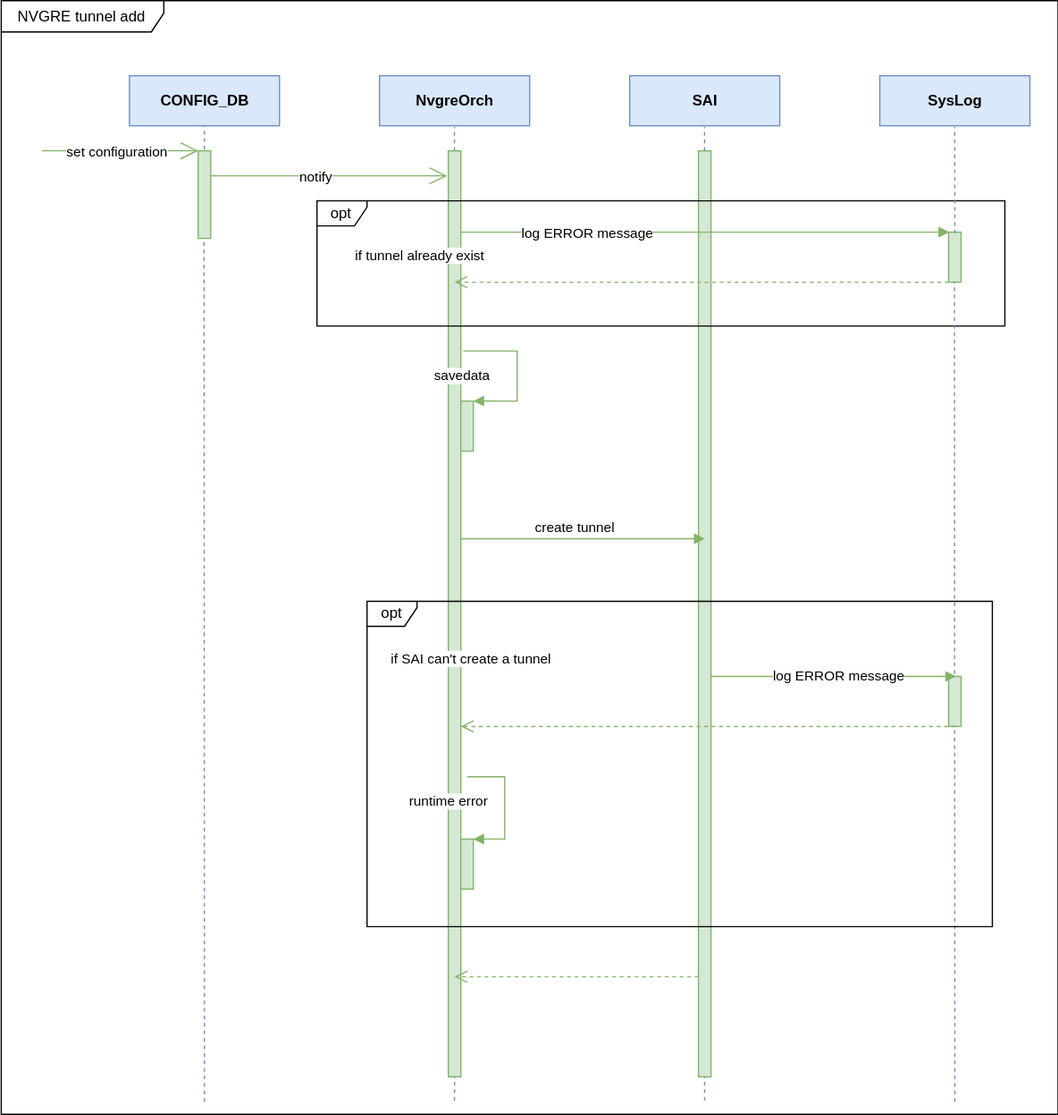
The draw.io diagram doc/nvgre_tunnel/images/nvgre_tunnel_create_uml.svg in sonic-net/SONiC, before a commit. Source tidied: cells renumbered, new cells last; positions are measured from the earlier drawing's top-left corner, leaving out a move shared by most shapes.
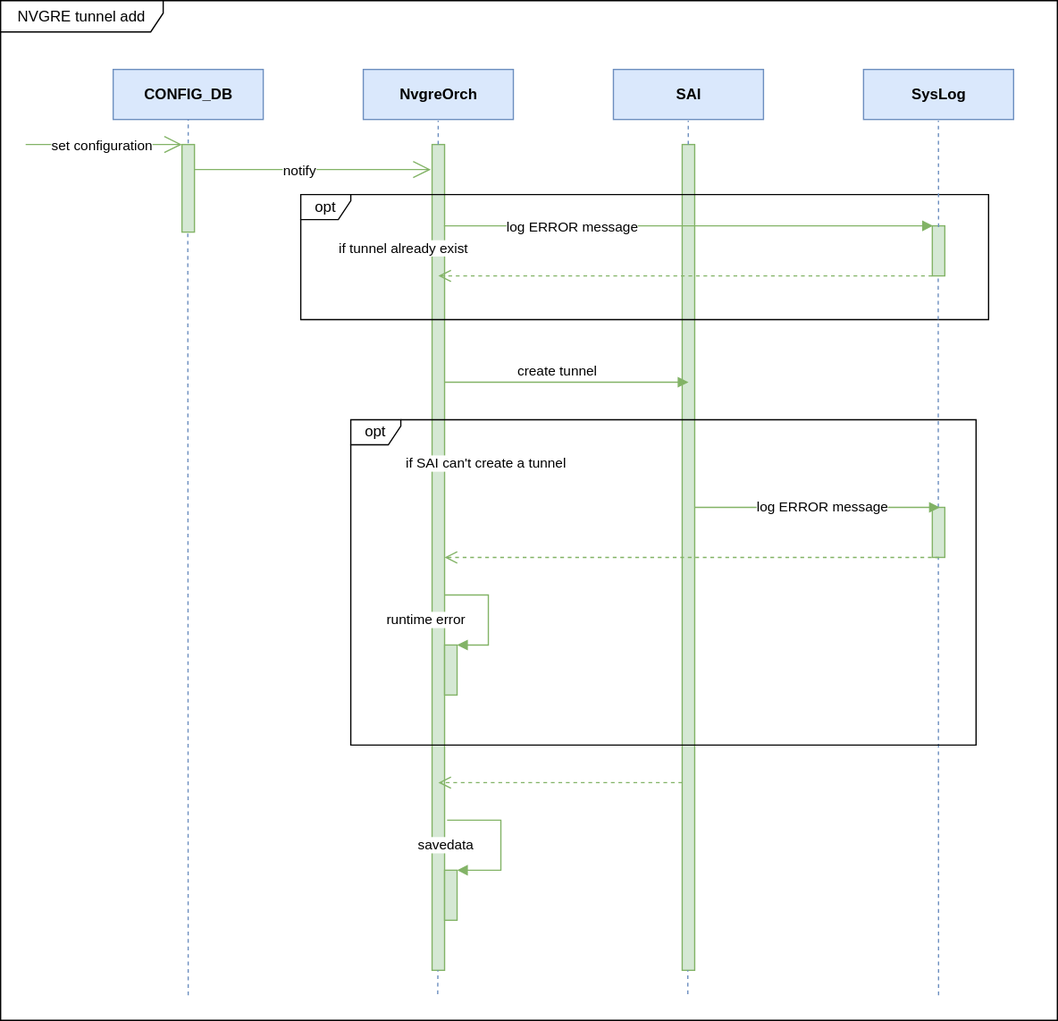
The same diagram one commit later.

Diff of the diagram source:
```diff
@@ -26,7 +26,7 @@
       </mxGeometry>
     </mxCell>
     <mxCell id="8" style="html=1;points=[];perimeter=orthogonalPerimeter;fillColor=#d5e8d4;strokeColor=#82b366;" parent="1" vertex="1">
-      <mxGeometry x="357" y="120" width="10" height="740" as="geometry" />
+      <mxGeometry x="357" y="120" width="10" height="660" as="geometry" />
     </mxCell>
     <mxCell id="9" style="endArrow=open;endFill=1;endSize=12;html=1;fillColor=#d5e8d4;strokeColor=#82b366;" parent="1" edge="1">
       <mxGeometry relative="1" as="geometry">
@@ -40,7 +40,7 @@
       </mxGeometry>
     </mxCell>
     <mxCell id="11" style="html=1;perimeter=orthogonalPerimeter;fillColor=#d5e8d4;strokeColor=#82b366;" parent="1" vertex="1">
-      <mxGeometry x="557" y="120" width="10" height="740" as="geometry" />
+      <mxGeometry x="557" y="120" width="10" height="660" as="geometry" />
     </mxCell>
     <mxCell id="12" value="opt" style="shape=umlFrame;whiteSpace=wrap;html=1;width=40;height=20;fillColor=#FFFFFF;" parent="1" vertex="1">
       <mxGeometry x="252" y="160" width="550" height="100" as="geometry" />
@@ -97,93 +97,93 @@
     </mxCell>
     <mxCell id="22" style="endArrow=none;dashed=1;html=1;shadow=0;fillColor=#dae8fc;strokeColor=#6c8ebf;" parent="1" edge="1">
       <mxGeometry relative="1" as="geometry">
-        <mxPoint x="762" y="880" as="sourcePoint" />
+        <mxPoint x="762" y="800" as="sourcePoint" />
         <mxPoint x="761.7" y="225" as="targetPoint" />
       </mxGeometry>
     </mxCell>
     <mxCell id="23" style="endArrow=none;dashed=1;html=1;shadow=0;fillColor=#dae8fc;strokeColor=#6c8ebf;entryX=0.467;entryY=1.018;entryDx=0;entryDy=0;entryPerimeter=0;" parent="1" edge="1" target="5">
       <mxGeometry relative="1" as="geometry">
-        <mxPoint x="162" y="880" as="sourcePoint" />
+        <mxPoint x="162" y="800" as="sourcePoint" />
       </mxGeometry>
     </mxCell>
     <mxCell id="24" style="endArrow=none;dashed=1;html=1;shadow=0;fillColor=#dae8fc;strokeColor=#6c8ebf;" parent="1" edge="1">
       <mxGeometry relative="1" as="geometry">
-        <mxPoint x="361.9" y="879" as="sourcePoint" />
-        <mxPoint x="361.9" y="860" as="targetPoint" />
+        <mxPoint x="361.5" y="799" as="sourcePoint" />
+        <mxPoint x="361.5" y="780" as="targetPoint" />
         <Array as="points">
-          <mxPoint x="362.1" y="860" />
+          <mxPoint x="361.7" y="780" />
         </Array>
       </mxGeometry>
     </mxCell>
     <mxCell id="25" style="endArrow=none;dashed=1;html=1;shadow=0;fillColor=#dae8fc;strokeColor=#6c8ebf;" parent="1" edge="1">
       <mxGeometry relative="1" as="geometry">
-        <mxPoint x="561.9" y="879" as="sourcePoint" />
-        <mxPoint x="561.9" y="860" as="targetPoint" />
+        <mxPoint x="561.5" y="799" as="sourcePoint" />
+        <mxPoint x="561.5" y="780" as="targetPoint" />
       </mxGeometry>
     </mxCell>
     <mxCell id="26" value="NVGRE tunnel add" style="shape=umlFrame;whiteSpace=wrap;html=1;fillColor=#FFFFFF;width=130;height=25;" parent="1" vertex="1">
-      <mxGeometry x="-0.5" width="845" height="890" as="geometry" />
+      <mxGeometry x="12" y="5" width="845" height="815" as="geometry" />
     </mxCell>
     <mxCell id="27" style="html=1;points=[];perimeter=orthogonalPerimeter;fillColor=#d5e8d4;strokeColor=#82b366;" parent="1" vertex="1">
-      <mxGeometry x="367" y="320" width="10" height="40" as="geometry" />
+      <mxGeometry x="367" y="700" width="10" height="40" as="geometry" />
     </mxCell>
     <mxCell id="28" value="savedata" style="edgeStyle=orthogonalEdgeStyle;html=1;align=left;spacingLeft=2;endArrow=block;rounded=0;entryX=1;entryY=0;fillColor=#d5e8d4;strokeColor=#82b366;" parent="1" edge="1" target="27">
       <mxGeometry x="-1" y="-34" relative="1" as="geometry">
-        <mxPoint x="369" y="280" as="sourcePoint" />
+        <mxPoint x="369" y="660" as="sourcePoint" />
         <Array as="points">
-          <mxPoint x="412" y="280" />
-          <mxPoint x="412" y="320" />
+          <mxPoint x="412" y="660" />
+          <mxPoint x="412" y="700" />
         </Array>
         <mxPoint x="-27" y="-14" as="offset" />
       </mxGeometry>
     </mxCell>
     <mxCell id="29" value="create tunnel" style="html=1;verticalAlign=bottom;endArrow=block;fillColor=#d5e8d4;strokeColor=#82b366;" parent="1" edge="1">
       <mxGeometry x="-0.08" relative="1" as="geometry">
-        <mxPoint x="367" y="430" as="sourcePoint" />
-        <mxPoint x="562" y="430" as="targetPoint" />
+        <mxPoint x="367" y="310" as="sourcePoint" />
+        <mxPoint x="562" y="310" as="targetPoint" />
       </mxGeometry>
     </mxCell>
     <mxCell id="30" style="html=1;verticalAlign=bottom;endArrow=open;dashed=1;endSize=8;fillColor=#d5e8d4;strokeColor=#82b366;" parent="1" edge="1">
       <mxGeometry relative="1" as="geometry">
-        <mxPoint x="557" y="780" as="sourcePoint" />
-        <mxPoint x="362" y="780" as="targetPoint" />
+        <mxPoint x="557" y="630" as="sourcePoint" />
+        <mxPoint x="362" y="630" as="targetPoint" />
       </mxGeometry>
     </mxCell>
     <mxCell id="31" value="opt" style="shape=umlFrame;whiteSpace=wrap;html=1;width=40;height=20;fillColor=#FFFFFF;" parent="1" vertex="1">
-      <mxGeometry x="292" y="480" width="500" height="260" as="geometry" />
+      <mxGeometry x="292" y="340" width="500" height="260" as="geometry" />
     </mxCell>
     <mxCell id="32" style="html=1;perimeter=orthogonalPerimeter;fillColor=#d5e8d4;strokeColor=#82b366;" parent="1" vertex="1">
-      <mxGeometry x="757" y="540" width="10" height="40" as="geometry" />
+      <mxGeometry x="757" y="410" width="10" height="40" as="geometry" />
     </mxCell>
     <mxCell id="33" style="html=1;points=[];perimeter=orthogonalPerimeter;fillColor=#d5e8d4;strokeColor=#82b366;" parent="1" vertex="1">
-      <mxGeometry x="367" y="670" width="10" height="40" as="geometry" />
+      <mxGeometry x="367" y="520" width="10" height="40" as="geometry" />
     </mxCell>
-    <mxCell id="34" value="runtime error" style="edgeStyle=orthogonalEdgeStyle;html=1;align=left;spacingLeft=2;endArrow=block;rounded=0;entryX=1;entryY=0;fillColor=#d5e8d4;strokeColor=#82b366;exitX=1.5;exitY=0.676;exitDx=0;exitDy=0;exitPerimeter=0;" parent="1" edge="1" source="8" target="33">
+    <mxCell id="34" value="runtime error" style="edgeStyle=orthogonalEdgeStyle;html=1;align=left;spacingLeft=2;endArrow=block;rounded=0;entryX=1;entryY=0;fillColor=#d5e8d4;strokeColor=#82b366;" parent="1" edge="1" source="8" target="33">
       <mxGeometry x="-1" y="-54" relative="1" as="geometry">
         <Array as="points">
-          <mxPoint x="402" y="620" />
-          <mxPoint x="402" y="670" />
+          <mxPoint x="402" y="480" />
+          <mxPoint x="402" y="520" />
         </Array>
         <mxPoint x="-50" y="-34" as="offset" />
       </mxGeometry>
     </mxCell>
     <mxCell id="35" value="log ERROR message" style="edgeStyle=orthogonalEdgeStyle;html=1;align=left;spacingLeft=2;endArrow=block;rounded=0;shadow=0;fillColor=#d5e8d4;strokeColor=#82b366;" parent="1" edge="1">
       <mxGeometry x="-0.53" relative="1" as="geometry">
-        <mxPoint x="567" y="540" as="sourcePoint" />
-        <mxPoint x="763" y="540" as="targetPoint" />
+        <mxPoint x="567" y="410" as="sourcePoint" />
+        <mxPoint x="763" y="410" as="targetPoint" />
         <Array as="points">
-          <mxPoint x="567" y="540" />
+          <mxPoint x="567" y="410" />
         </Array>
       </mxGeometry>
     </mxCell>
     <mxCell id="36" style="html=1;verticalAlign=bottom;endArrow=open;dashed=1;endSize=8;shadow=0;fillColor=#d5e8d4;strokeColor=#82b366;" parent="1" edge="1">
       <mxGeometry relative="1" as="geometry">
-        <mxPoint x="762.5" y="580" as="sourcePoint" />
-        <mxPoint x="367" y="580" as="targetPoint" />
+        <mxPoint x="762.5" y="450" as="sourcePoint" />
+        <mxPoint x="367" y="450" as="targetPoint" />
       </mxGeometry>
     </mxCell>
     <mxCell id="37" value="if SAI can't create a tunnel" style="edgeLabel;html=1;align=center;verticalAlign=middle;" parent="1" vertex="1">
-      <mxGeometry x="422" y="470" as="geometry">
+      <mxGeometry x="447" y="320" as="geometry">
         <mxPoint x="-48" y="55" as="offset" />
       </mxGeometry>
     </mxCell>
```
